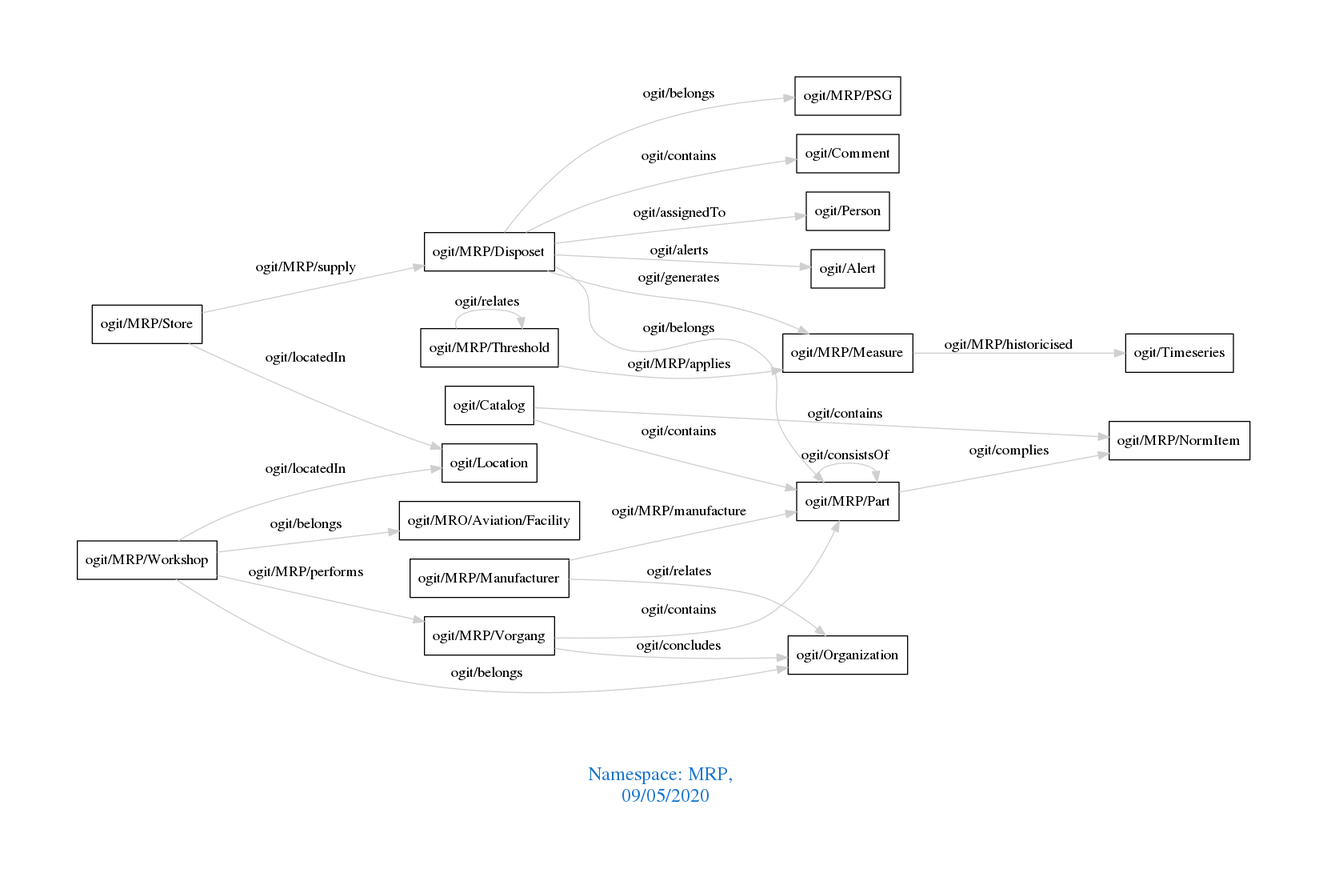
arago/OGIT keeps this Graphviz diagram as downloads/MRP.png. Above is the earlier version. Its source is kept beside it as downloads/MRP.dot.
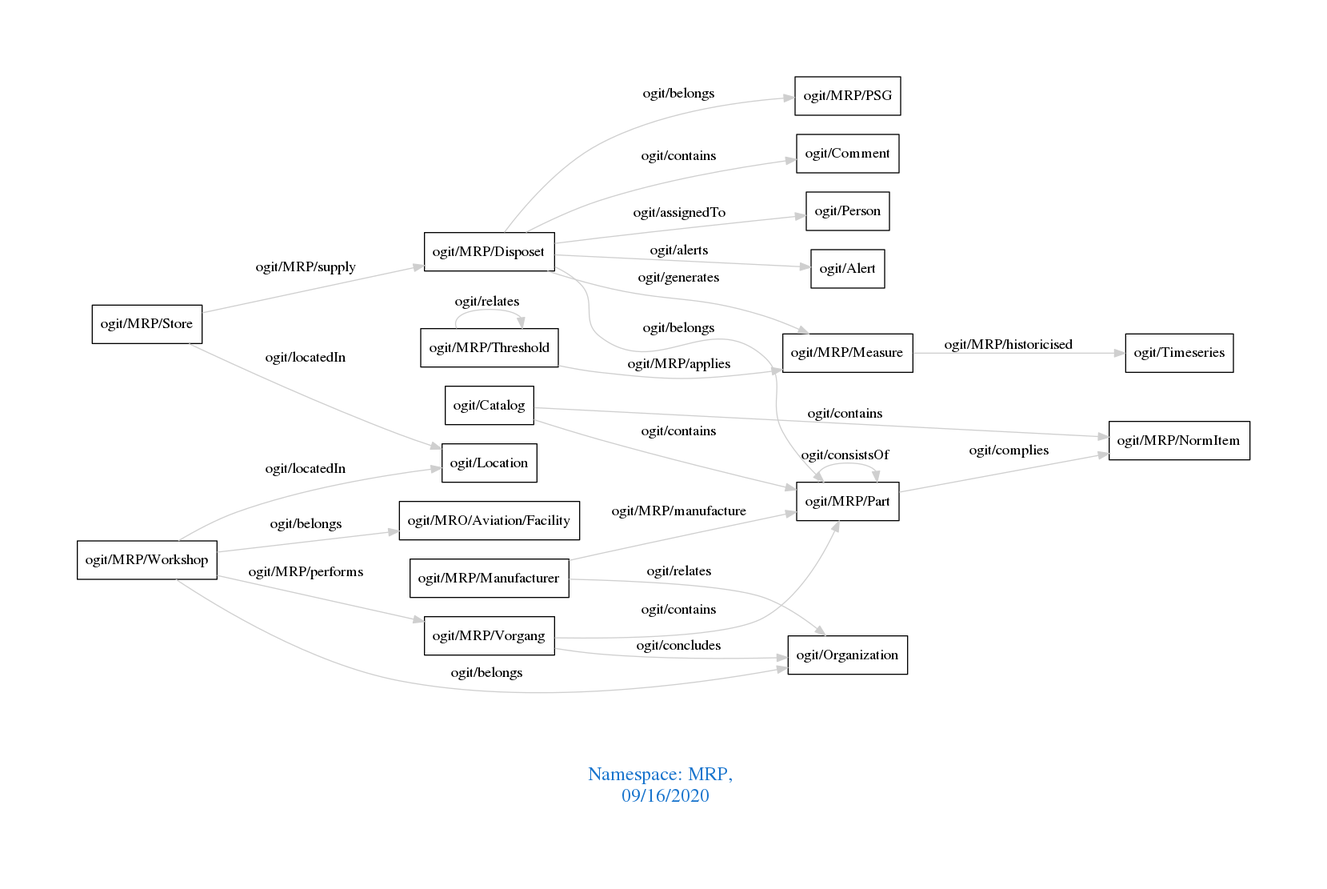
After the change.

Diff of the diagram source:
```diff
@@ -1,7 +1,7 @@
 digraph OGIT_ontology {
  graph [ rankdir= LR,pad=1
 fontsize = 18,
-fontcolor= dodgerblue3,label = "\n\n\nNamespace: MRP, \n 09/05/2020"];
+fontcolor= dodgerblue3,label = "\n\n\nNamespace: MRP, \n 09/16/2020"];
 node[shape=polygon];
 edge [  color="gray81"];
 
```
